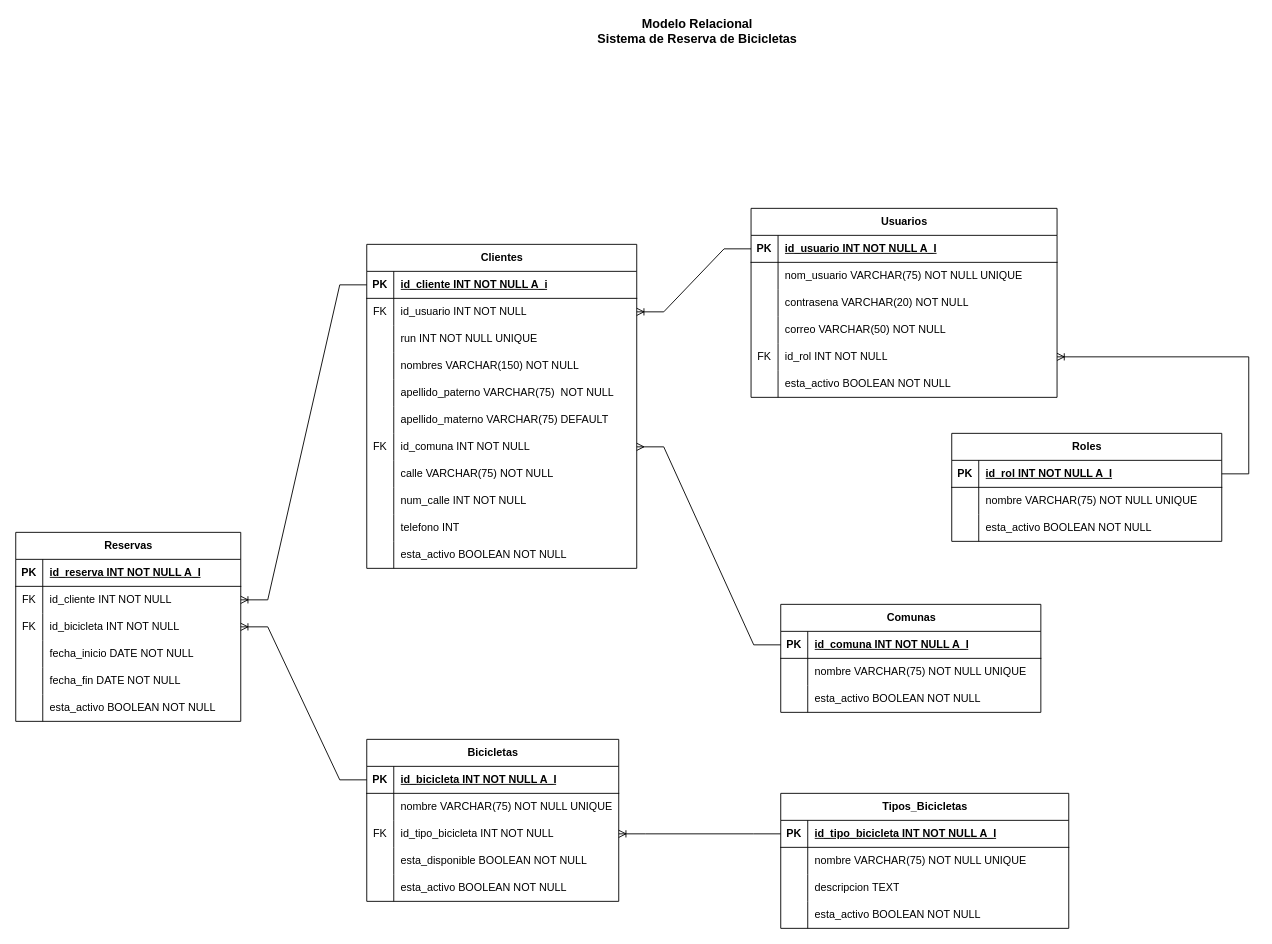
Before: Documentos y sql/MR_MV.drawio in jss-jm/Examen, a draw.io diagram. Source tidied: cells renumbered, new cells numbered last; positions are measured from the earlier drawing's top-left corner, leaving out a move shared by most shapes. Both pictures are drawn from the tidied source at 90%, with x=0, y=0 at pixel (15, 19).
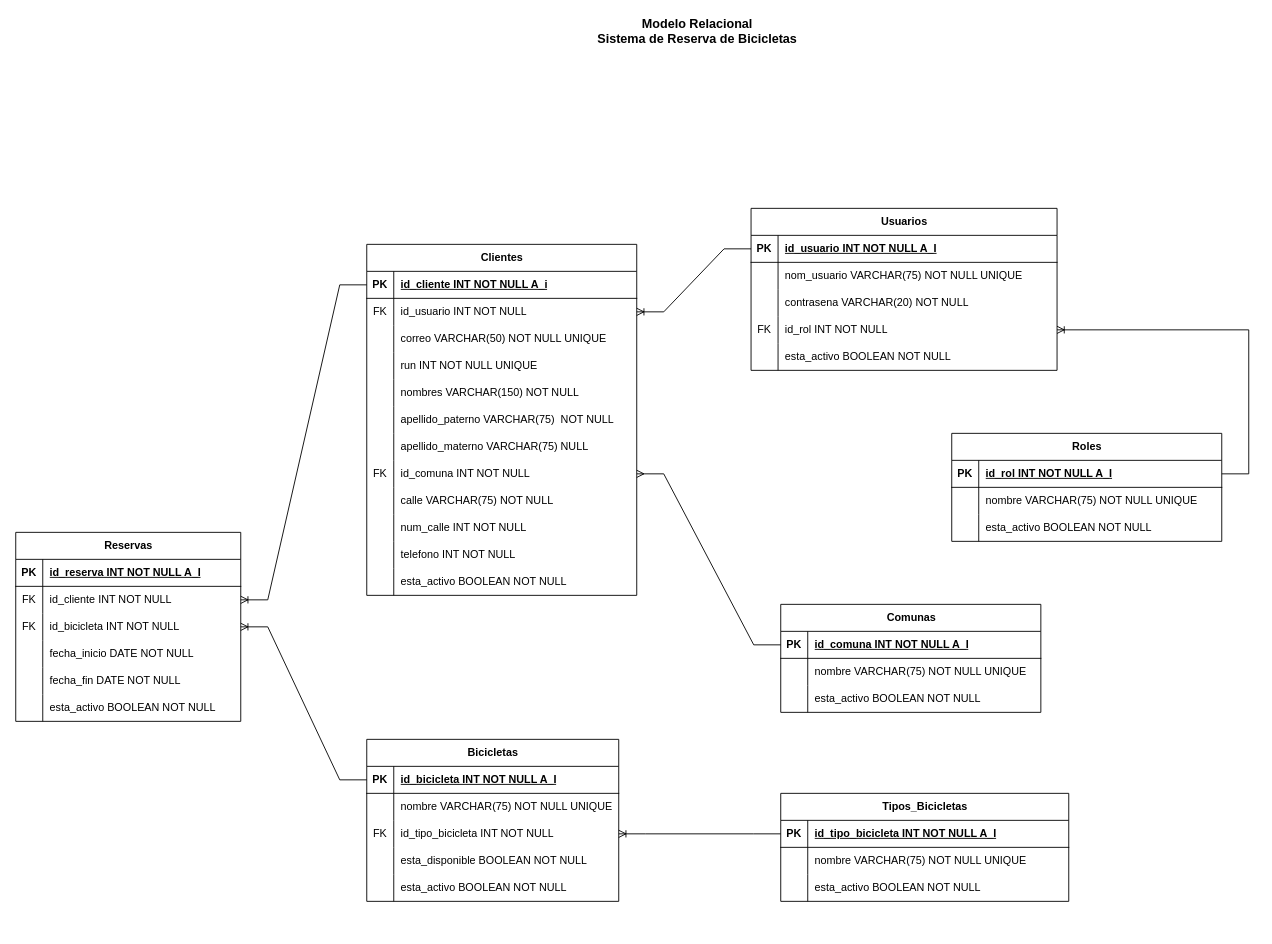
The same page after the edit.

Unchanged cells that the change refers to:
```xml
<mxCell id="102" style="shape=tableRow;horizontal=0;startSize=0;swimlaneHead=0;swimlaneBody=0;fillColor=none;top=0;left=0;right=0;bottom=0;" parent="95" vertex="1">
  <mxGeometry y="90" width="300" height="30" as="geometry" />
</mxCell>
```

Diff of the diagram source:
```diff
@@
     <mxCell id="2" value="Usuarios" style="shape=table;startSize=30;childLayout=tableLayout;rowLines=0;fontStyle=1;align=center;html=1;" parent="1" vertex="1">
-      <mxGeometry x="817" y="210" width="340" height="210" as="geometry" />
+      <mxGeometry x="817" y="210" width="340" height="180" as="geometry" />
     </mxCell>
@@
-    <mxCell id="12" style="shape=tableRow;horizontal=0;startSize=0;swimlaneHead=0;swimlaneBody=0;fillColor=none;top=0;left=0;right=0;bottom=0;" parent="2" vertex="1">
-      <mxGeometry y="120" width="340" height="30" as="geometry" />
-    </mxCell>
-    <mxCell id="13" style="shape=partialRectangle;fillColor=none;top=0;left=0;bottom=0;right=0;overflow=hidden;whiteSpace=wrap;html=1;" parent="12" vertex="1">
-      <mxGeometry width="30" height="30" as="geometry" />
-    </mxCell>
-    <mxCell id="14" value="correo VARCHAR(50) NOT NULL" style="shape=partialRectangle;fillColor=none;top=0;left=0;bottom=0;right=0;align=left;spacingLeft=6;overflow=hidden;whiteSpace=wrap;html=1;" parent="12" vertex="1">
-      <mxGeometry x="30" width="310" height="30" as="geometry" />
-    </mxCell>
     <mxCell id="15" style="shape=tableRow;horizontal=0;startSize=0;swimlaneHead=0;swimlaneBody=0;fillColor=none;points=[[0,0.5],[1,0.5]];portConstraint=eastwest;top=0;left=0;right=0;bottom=0;" parent="2" vertex="1">
-      <mxGeometry y="150" width="340" height="30" as="geometry" />
+      <mxGeometry y="120" width="340" height="30" as="geometry" />
     </mxCell>
@@
     <mxCell id="18" style="shape=tableRow;horizontal=0;startSize=0;swimlaneHead=0;swimlaneBody=0;fillColor=none;top=0;left=0;right=0;bottom=0;" parent="2" vertex="1">
-      <mxGeometry y="180" width="340" height="30" as="geometry" />
+      <mxGeometry y="150" width="340" height="30" as="geometry" />
     </mxCell>
@@
     <mxCell id="66" value="Tipos_Bicicletas" style="shape=table;startSize=30;childLayout=tableLayout;rowLines=0;fontStyle=1;align=center;html=1;" parent="1" vertex="1">
-      <mxGeometry x="850" y="860" width="320" height="150" as="geometry" />
+      <mxGeometry x="850" y="860" width="320" height="120" as="geometry" />
     </mxCell>
@@
-    <mxCell id="73" style="shape=tableRow;horizontal=0;startSize=0;swimlaneHead=0;swimlaneBody=0;fillColor=none;top=0;left=0;right=0;bottom=0;" parent="66" vertex="1">
-      <mxGeometry y="90" width="320" height="30" as="geometry" />
-    </mxCell>
-    <mxCell id="74" style="shape=partialRectangle;fillColor=none;top=0;left=0;bottom=0;right=0;overflow=hidden;whiteSpace=wrap;html=1;" parent="73" vertex="1">
-      <mxGeometry width="30" height="30" as="geometry" />
-    </mxCell>
-    <mxCell id="75" value="descripcion TEXT" style="shape=partialRectangle;fillColor=none;top=0;left=0;bottom=0;right=0;align=left;spacingLeft=6;overflow=hidden;whiteSpace=wrap;html=1;" parent="73" vertex="1">
-      <mxGeometry x="30" width="290" height="30" as="geometry" />
-    </mxCell>
     <mxCell id="76" style="shape=tableRow;horizontal=0;startSize=0;swimlaneHead=0;swimlaneBody=0;fillColor=none;top=0;left=0;right=0;bottom=0;" parent="66" vertex="1">
-      <mxGeometry y="120" width="320" height="30" as="geometry" />
+      <mxGeometry y="90" width="320" height="30" as="geometry" />
     </mxCell>
@@
     <mxCell id="95" value="Clientes" style="shape=table;startSize=30;childLayout=tableLayout;rowLines=0;fontStyle=1;align=center;html=1;" parent="1" vertex="1">
-      <mxGeometry x="390" y="250" width="300" height="360" as="geometry" />
+      <mxGeometry x="390" y="250" width="300" height="390" as="geometry" />
     </mxCell>
@@
-    <mxCell id="104" value="run INT NOT NULL UNIQUE" style="shape=partialRectangle;fillColor=none;top=0;left=0;bottom=0;right=0;align=left;spacingLeft=6;overflow=hidden;whiteSpace=wrap;html=1;" parent="102" vertex="1">
+    <mxCell id="104" value="correo VARCHAR(50) NOT NULL UNIQUE" style="shape=partialRectangle;fillColor=none;top=0;left=0;bottom=0;right=0;align=left;spacingLeft=6;overflow=hidden;whiteSpace=wrap;html=1;" parent="102" vertex="1">
       <mxGeometry x="30" width="270" height="30" as="geometry" />
     </mxCell>
+    <mxCell id="130" style="shape=tableRow;horizontal=0;startSize=0;swimlaneHead=0;swimlaneBody=0;fillColor=none;top=0;left=0;right=0;bottom=0;" parent="95" vertex="1">
+      <mxGeometry y="120" width="300" height="30" as="geometry" />
+    </mxCell>
+    <mxCell id="131" style="shape=partialRectangle;fillColor=none;top=0;left=0;bottom=0;right=0;overflow=hidden;whiteSpace=wrap;html=1;" parent="130" vertex="1">
+      <mxGeometry width="30" height="30" as="geometry" />
+    </mxCell>
+    <mxCell id="132" value="run INT NOT NULL UNIQUE" style="shape=partialRectangle;fillColor=none;top=0;left=0;bottom=0;right=0;align=left;spacingLeft=6;overflow=hidden;whiteSpace=wrap;html=1;" parent="130" vertex="1">
+      <mxGeometry x="30" width="270" height="30" as="geometry" />
+    </mxCell>
     <mxCell id="105" style="shape=tableRow;horizontal=0;startSize=0;swimlaneHead=0;swimlaneBody=0;fillColor=none;top=0;left=0;right=0;bottom=0;" parent="95" vertex="1">
-      <mxGeometry y="120" width="300" height="30" as="geometry" />
+      <mxGeometry y="150" width="300" height="30" as="geometry" />
     </mxCell>
@@
     <mxCell id="108" style="shape=tableRow;horizontal=0;startSize=0;swimlaneHead=0;swimlaneBody=0;fillColor=none;top=0;left=0;right=0;bottom=0;" parent="95" vertex="1">
-      <mxGeometry y="150" width="300" height="30" as="geometry" />
+      <mxGeometry y="180" width="300" height="30" as="geometry" />
     </mxCell>
@@
     <mxCell id="111" style="shape=tableRow;horizontal=0;startSize=0;swimlaneHead=0;swimlaneBody=0;fillColor=none;top=0;left=0;right=0;bottom=0;" parent="95" vertex="1">
-      <mxGeometry y="180" width="300" height="30" as="geometry" />
+      <mxGeometry y="210" width="300" height="30" as="geometry" />
     </mxCell>
@@
-    <mxCell id="113" value="apellido_materno VARCHAR(75) DEFAULT" style="shape=partialRectangle;fillColor=none;top=0;left=0;bottom=0;right=0;align=left;spacingLeft=6;overflow=hidden;whiteSpace=wrap;html=1;" parent="111" vertex="1">
+    <mxCell id="113" value="apellido_materno VARCHAR(75) NULL" style="shape=partialRectangle;fillColor=none;top=0;left=0;bottom=0;right=0;align=left;spacingLeft=6;overflow=hidden;whiteSpace=wrap;html=1;" parent="111" vertex="1">
       <mxGeometry x="30" width="270" height="30" as="geometry" />
     </mxCell>
     <mxCell id="114" style="shape=tableRow;horizontal=0;startSize=0;swimlaneHead=0;swimlaneBody=0;fillColor=none;points=[[0,0.5],[1,0.5]];portConstraint=eastwest;top=0;left=0;right=0;bottom=0;" parent="95" vertex="1">
-      <mxGeometry y="210" width="300" height="30" as="geometry" />
+      <mxGeometry y="240" width="300" height="30" as="geometry" />
     </mxCell>
@@
     <mxCell id="117" style="shape=tableRow;horizontal=0;startSize=0;swimlaneHead=0;swimlaneBody=0;fillColor=none;top=0;left=0;right=0;bottom=0;" parent="95" vertex="1">
-      <mxGeometry y="240" width="300" height="30" as="geometry" />
+      <mxGeometry y="270" width="300" height="30" as="geometry" />
     </mxCell>
@@
     <mxCell id="120" style="shape=tableRow;horizontal=0;startSize=0;swimlaneHead=0;swimlaneBody=0;fillColor=none;top=0;left=0;right=0;bottom=0;" parent="95" vertex="1">
-      <mxGeometry y="270" width="300" height="30" as="geometry" />
+      <mxGeometry y="300" width="300" height="30" as="geometry" />
     </mxCell>
@@
     <mxCell id="123" style="shape=tableRow;horizontal=0;startSize=0;swimlaneHead=0;swimlaneBody=0;fillColor=none;top=0;left=0;right=0;bottom=0;" parent="95" vertex="1">
-      <mxGeometry y="300" width="300" height="30" as="geometry" />
+      <mxGeometry y="330" width="300" height="30" as="geometry" />
     </mxCell>
@@
-    <mxCell id="125" value="telefono INT" style="shape=partialRectangle;fillColor=none;top=0;left=0;bottom=0;right=0;align=left;spacingLeft=6;overflow=hidden;whiteSpace=wrap;html=1;" parent="123" vertex="1">
+    <mxCell id="125" value="telefono INT NOT NULL" style="shape=partialRectangle;fillColor=none;top=0;left=0;bottom=0;right=0;align=left;spacingLeft=6;overflow=hidden;whiteSpace=wrap;html=1;" parent="123" vertex="1">
       <mxGeometry x="30" width="270" height="30" as="geometry" />
     </mxCell>
     <mxCell id="126" style="shape=tableRow;horizontal=0;startSize=0;swimlaneHead=0;swimlaneBody=0;fillColor=none;top=0;left=0;right=0;bottom=0;" parent="95" vertex="1">
-      <mxGeometry y="330" width="300" height="30" as="geometry" />
+      <mxGeometry y="360" width="300" height="30" as="geometry" />
     </mxCell>
```
